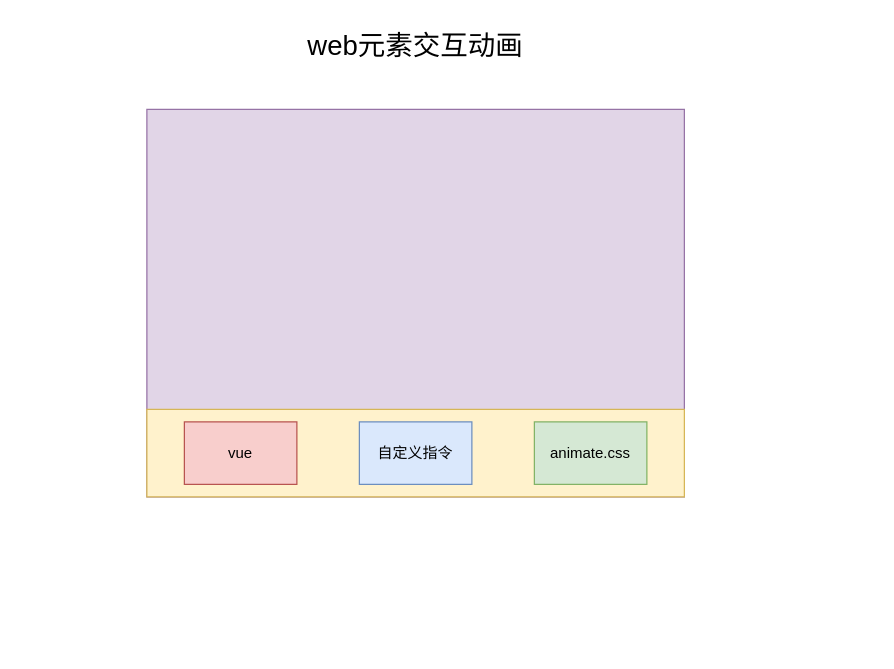
Before: animate.drawio in meterXu/drawiofile, a draw.io diagram. Source tidied: cells renumbered, new cells numbered last; positions are measured from the earlier drawing's top-left corner, leaving out a move shared by most shapes. Both pictures are drawn from the tidied source at 125%, with x=0, y=0 at pixel (146, 21).
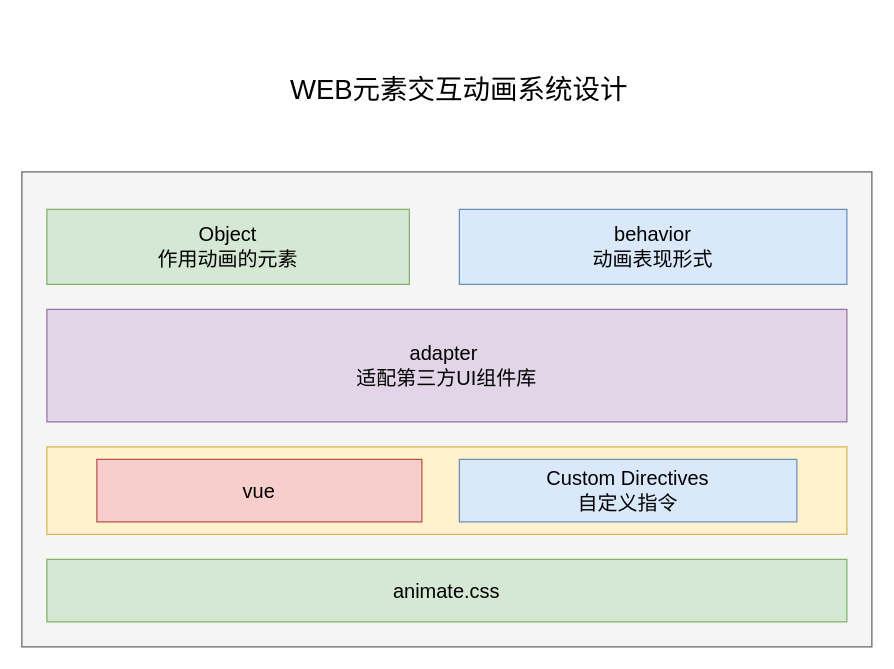
The same diagram, later.

What changed in the source:
```diff
@@
 <mxGraphModel>
   <root>
     <mxCell id="0" />
     <mxCell id="1" parent="0" />
-    <mxCell id="2" style="rounded=0;whiteSpace=wrap;html=1;fillColor=#e1d5e7;strokeColor=#9673a6;" parent="1" vertex="1">
-      <mxGeometry y="70" width="430" height="310" as="geometry" />
+    <mxCell id="2" style="rounded=0;whiteSpace=wrap;html=1;fillColor=#f5f5f5;strokeColor=#666666;fontColor=#333333;" parent="1" vertex="1">
+      <mxGeometry x="-100" y="120" width="680" height="380" as="geometry" />
     </mxCell>
     <mxCell id="3" style="rounded=0;whiteSpace=wrap;html=1;fillColor=#fff2cc;strokeColor=#d6b656;" parent="1" vertex="1">
-      <mxGeometry y="310" width="430" height="70" as="geometry" />
+      <mxGeometry x="-80" y="340" width="640" height="70" as="geometry" />
     </mxCell>
-    <mxCell id="4" value="自定义指令" style="rounded=0;whiteSpace=wrap;html=1;fillColor=#dae8fc;strokeColor=#6c8ebf;" parent="1" vertex="1">
-      <mxGeometry x="170" y="320" width="90" height="50" as="geometry" />
+    <mxCell id="4" value="&lt;font style=&quot;font-size: 16px&quot;&gt;Custom Directives&lt;br&gt;自定义指令&lt;/font&gt;" style="rounded=0;whiteSpace=wrap;html=1;fillColor=#dae8fc;strokeColor=#6c8ebf;" parent="1" vertex="1">
+      <mxGeometry x="250" y="350" width="270" height="50" as="geometry" />
     </mxCell>
-    <mxCell id="5" value="vue" style="rounded=0;whiteSpace=wrap;html=1;fillColor=#f8cecc;strokeColor=#b85450;" parent="1" vertex="1">
-      <mxGeometry x="30" y="320" width="90" height="50" as="geometry" />
+    <mxCell id="5" value="&lt;font style=&quot;font-size: 16px&quot;&gt;vue&lt;/font&gt;" style="rounded=0;whiteSpace=wrap;html=1;fillColor=#f8cecc;strokeColor=#b85450;" parent="1" vertex="1">
+      <mxGeometry x="-40" y="350" width="260" height="50" as="geometry" />
     </mxCell>
-    <mxCell id="6" value="animate.css" style="rounded=0;whiteSpace=wrap;html=1;fillColor=#d5e8d4;strokeColor=#82b366;" parent="1" vertex="1">
-      <mxGeometry x="310" y="320" width="90" height="50" as="geometry" />
+    <mxCell id="6" value="&lt;font style=&quot;font-size: 16px&quot;&gt;animate.css&lt;/font&gt;" style="rounded=0;whiteSpace=wrap;html=1;fillColor=#d5e8d4;strokeColor=#82b366;" parent="1" vertex="1">
+      <mxGeometry x="-80" y="430" width="640" height="50" as="geometry" />
     </mxCell>
-    <mxCell id="7" value="&lt;font style=&quot;font-size: 22px&quot;&gt;web元素交互动画&lt;/font&gt;" style="text;html=1;strokeColor=none;fillColor=none;align=center;verticalAlign=middle;whiteSpace=wrap;rounded=0;" parent="1" vertex="1">
-      <mxGeometry x="110" width="210" height="40" as="geometry" />
+    <mxCell id="7" value="&lt;font style=&quot;font-size: 22px&quot;&gt;WEB元素交互动画系统设计&lt;/font&gt;" style="text;html=1;strokeColor=none;fillColor=none;align=center;verticalAlign=middle;whiteSpace=wrap;rounded=0;" parent="1" vertex="1">
+      <mxGeometry x="80" y="20" width="340" height="70" as="geometry" />
     </mxCell>
+    <mxCell id="8" value="&lt;font style=&quot;font-size: 16px&quot;&gt;Object&lt;br&gt;作用动画的元素&lt;/font&gt;" style="rounded=0;whiteSpace=wrap;html=1;fillColor=#d5e8d4;strokeColor=#82b366;" parent="1" vertex="1">
+      <mxGeometry x="-80" y="150" width="290" height="60" as="geometry" />
+    </mxCell>
+    <mxCell id="9" value="&lt;font style=&quot;font-size: 16px&quot;&gt;behavior&lt;br&gt;动画表现形式&lt;/font&gt;" style="rounded=0;whiteSpace=wrap;html=1;fillColor=#dae8fc;strokeColor=#6c8ebf;" parent="1" vertex="1">
+      <mxGeometry x="250" y="150" width="310" height="60" as="geometry" />
+    </mxCell>
+    <mxCell id="10" value="&lt;font style=&quot;font-size: 16px&quot;&gt;adapter&amp;nbsp;&lt;br&gt;适配第三方UI组件库&lt;/font&gt;" style="rounded=0;whiteSpace=wrap;html=1;fillColor=#e1d5e7;strokeColor=#9673a6;" parent="1" vertex="1">
+      <mxGeometry x="-80" y="230" width="640" height="90" as="geometry" />
+    </mxCell>
   </root>
 </mxGraphModel>
```
